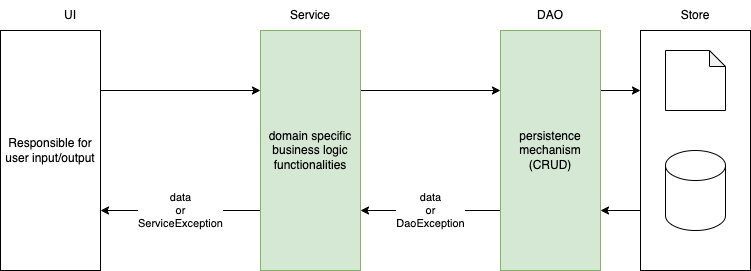
vinod-kayartaya/target-ready-2024 keeps this draw.io diagram as miniproject/concepts.dio.png. Above is the earlier version. Source tidied: cells renumbered, new cells last; positions are measured from the earlier drawing's top-left corner, leaving out a move shared by most shapes.
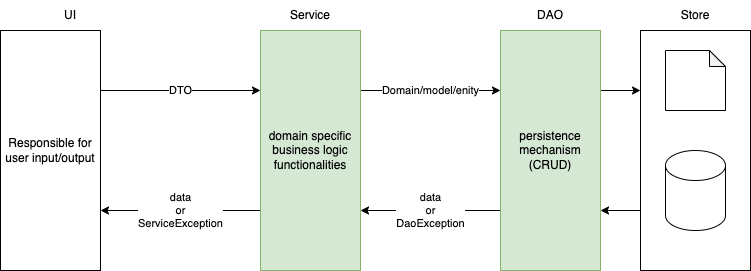
After the commit.

What changed in the source:
```diff
@@ -2,7 +2,7 @@
   <root>
     <mxCell id="0" />
     <mxCell id="1" parent="0" />
-    <mxCell id="2" style="edgeStyle=none;html=1;exitX=1;exitY=0.25;exitDx=0;exitDy=0;entryX=0;entryY=0.25;entryDx=0;entryDy=0;" parent="1" edge="1" source="3" target="7">
+    <mxCell id="2" value="DTO" style="edgeStyle=none;html=1;exitX=1;exitY=0.25;exitDx=0;exitDy=0;entryX=0;entryY=0.25;entryDx=0;entryDy=0;" parent="1" edge="1" source="3" target="7">
       <mxGeometry relative="1" as="geometry" />
     </mxCell>
     <mxCell id="3" value="Responsible for user input/output" style="rounded=0;whiteSpace=wrap;html=1;" parent="1" vertex="1">
@@ -14,7 +14,7 @@
     <mxCell id="5" value="data&lt;br&gt;or&lt;br&gt;ServiceException" style="edgeStyle=none;html=1;exitX=0;exitY=0.75;exitDx=0;exitDy=0;entryX=1;entryY=0.75;entryDx=0;entryDy=0;" parent="1" edge="1" source="7" target="3">
       <mxGeometry relative="1" as="geometry" />
     </mxCell>
-    <mxCell id="6" style="edgeStyle=none;html=1;exitX=1;exitY=0.25;exitDx=0;exitDy=0;entryX=0;entryY=0.25;entryDx=0;entryDy=0;" parent="1" edge="1" source="7" target="12">
+    <mxCell id="6" value="Domain/model/enity" style="edgeStyle=none;html=1;exitX=1;exitY=0.25;exitDx=0;exitDy=0;entryX=0;entryY=0.25;entryDx=0;entryDy=0;" parent="1" edge="1" source="7" target="12">
       <mxGeometry relative="1" as="geometry" />
     </mxCell>
     <mxCell id="7" value="domain specific business logic functionalities" style="rounded=0;whiteSpace=wrap;html=1;fillColor=#d5e8d4;strokeColor=#82b366;" parent="1" vertex="1">
```
